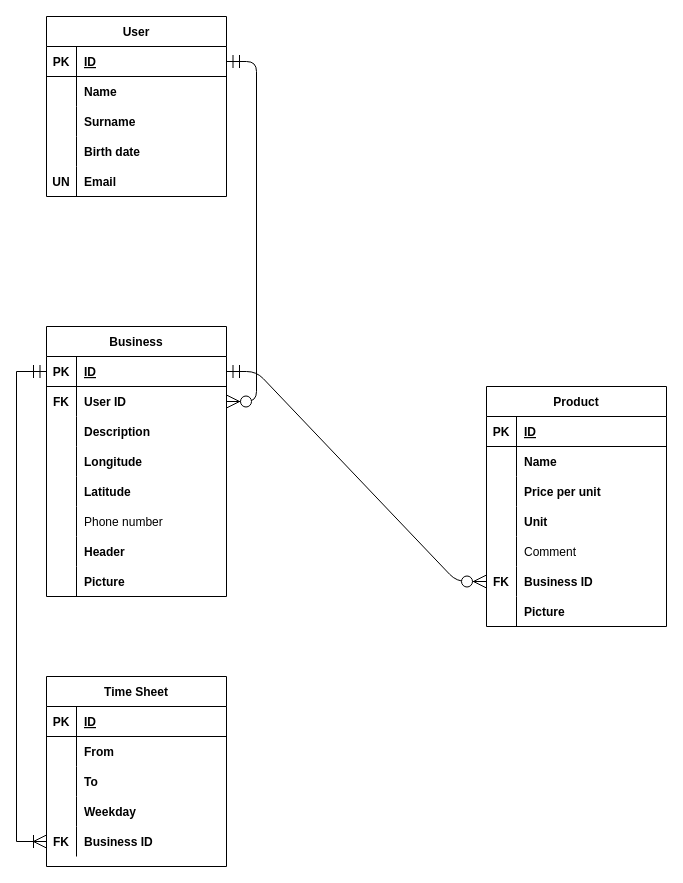
Above: diagram.drawio in EvalVis/Locals-Trade (draw.io), before the change. Source tidied: cells renumbered, new cells numbered last; positions are measured from the earlier drawing's top-left corner, leaving out a move shared by most shapes. Both pictures are drawn from the tidied source at 100%, with x=0, y=0 at pixel (46, 16).
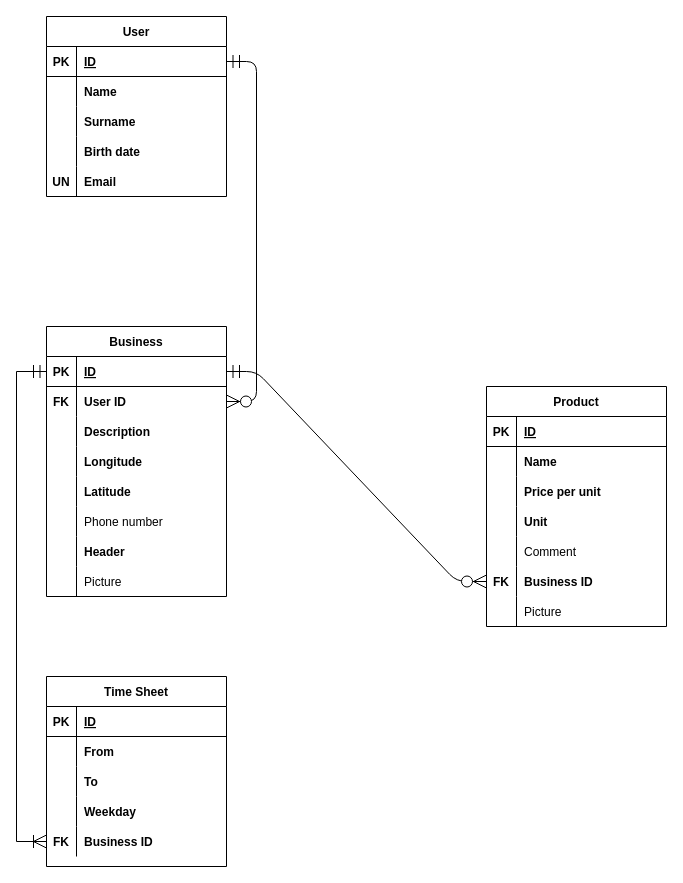
The same page after the edit.

Commit message (it also covers changes not shown here):
Making pictures not required in diagram.

The change refers to these unchanged cells:
```xml
<mxCell id="40" style="shape=partialRectangle;fillColor=none;top=0;left=0;bottom=0;right=0;" parent="18" vertex="1">
  <mxGeometry y="240" width="180" height="30" as="geometry" />
</mxCell>
<mxCell id="80" style="shape=partialRectangle;fillColor=none;top=0;left=0;bottom=0;right=0;" parent="61" vertex="1">
  <mxGeometry y="210" width="180" height="30" as="geometry" />
</mxCell>
```

What changed in the source:
```diff
@@
-    <mxCell id="42" value="Picture" style="shape=partialRectangle;fillColor=none;top=0;left=0;bottom=0;right=0;align=left;spacingLeft=6;overflow=hidden;fontStyle=1;" parent="40" vertex="1">
+    <mxCell id="42" value="Picture" style="shape=partialRectangle;fillColor=none;top=0;left=0;bottom=0;right=0;align=left;spacingLeft=6;overflow=hidden;fontStyle=0;" parent="40" vertex="1">
       <mxGeometry x="30" width="150" height="30" as="geometry" />
     </mxCell>
@@
-    <mxCell id="82" value="Picture" style="shape=partialRectangle;fillColor=none;top=0;left=0;bottom=0;right=0;align=left;spacingLeft=6;overflow=hidden;fontStyle=1;" parent="80" vertex="1">
+    <mxCell id="82" value="Picture" style="shape=partialRectangle;fillColor=none;top=0;left=0;bottom=0;right=0;align=left;spacingLeft=6;overflow=hidden;fontStyle=0;" parent="80" vertex="1">
       <mxGeometry x="30" width="150" height="30" as="geometry" />
     </mxCell>
```
